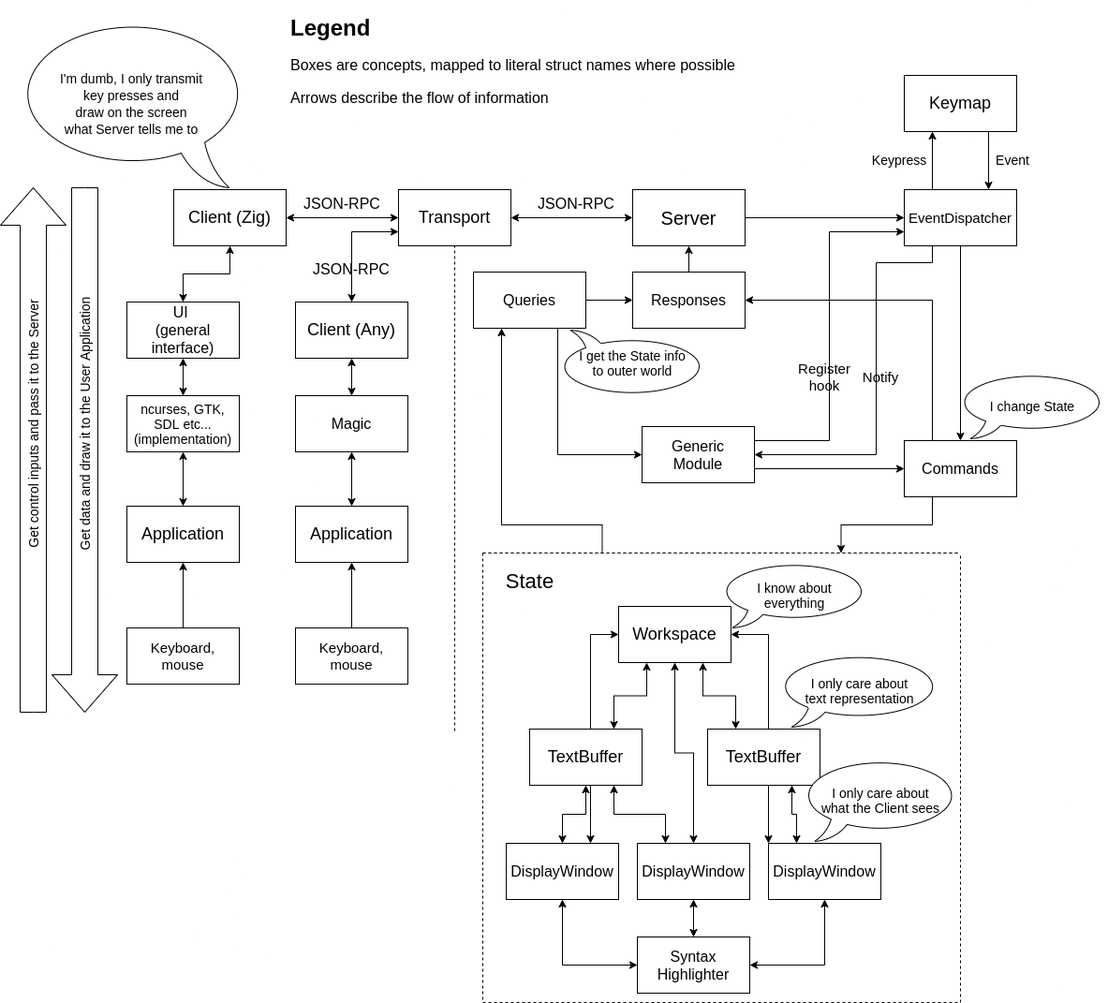
The draw.io diagram docs/architecture.png in greenfork/kisa, before a commit. Source tidied: cells renumbered, new cells last; positions are measured from the earlier drawing's top-left corner, leaving out a move shared by most shapes.
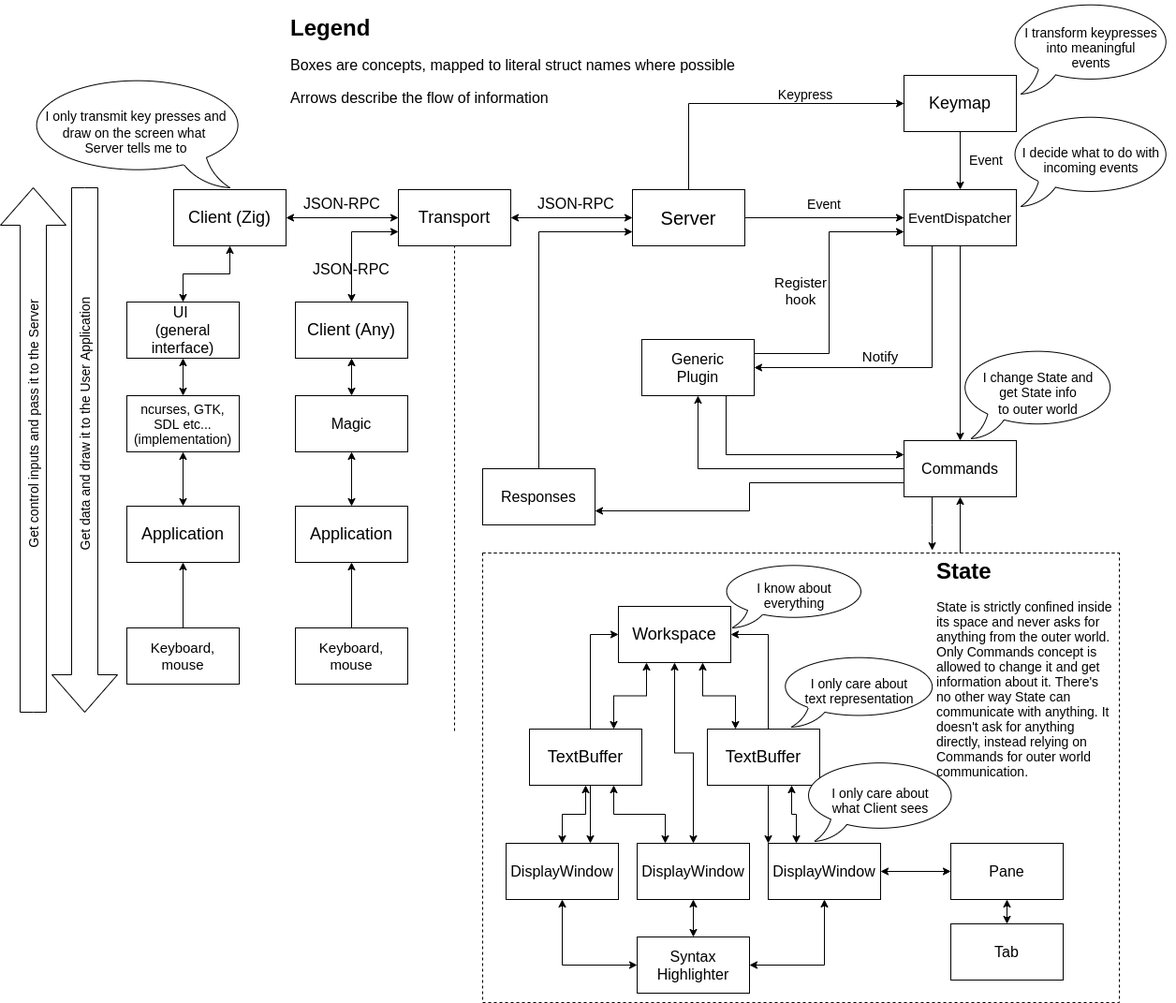
Later version of the same file.

Change to the diagram source:
```diff
@@ -37,6 +37,9 @@
     <mxCell id="12" style="edgeStyle=orthogonalEdgeStyle;rounded=0;jettySize=auto;html=1;exitX=1;exitY=0.5;exitDx=0;exitDy=0;entryX=0;entryY=0.5;entryDx=0;entryDy=0;startArrow=none;startFill=0;endArrow=classic;endFill=1;strokeColor=#000000;" parent="1" edge="1" source="13" target="27">
       <mxGeometry relative="1" as="geometry" />
     </mxCell>
+    <mxCell id="81" style="edgeStyle=orthogonalEdgeStyle;rounded=0;jettySize=auto;html=1;exitX=0.5;exitY=0;exitDx=0;exitDy=0;entryX=0;entryY=0.5;entryDx=0;entryDy=0;" parent="1" edge="1" source="13" target="74">
+      <mxGeometry relative="1" as="geometry" />
+    </mxCell>
     <mxCell id="13" value="&lt;font style=&quot;font-size: 20px&quot;&gt;Server&lt;/font&gt;" style="rounded=0;whiteSpace=wrap;html=1;" parent="1" vertex="1">
       <mxGeometry x="790" y="192" width="120" height="60" as="geometry" />
     </mxCell>
@@ -70,33 +73,27 @@
     <mxCell id="23" value="&lt;h1&gt;Legend&lt;/h1&gt;&lt;p style=&quot;font-size: 16px&quot;&gt;&lt;font style=&quot;font-size: 16px&quot;&gt;Boxes are concepts, mapped to literal struct names where possible&lt;/font&gt;&lt;/p&gt;&lt;p style=&quot;font-size: 16px&quot;&gt;&lt;font style=&quot;font-size: 16px&quot;&gt;Arrows describe the flow of information&lt;/font&gt;&lt;/p&gt;" style="text;html=1;strokeColor=none;fillColor=none;spacing=5;spacingTop=-20;whiteSpace=wrap;overflow=hidden;rounded=0;" parent="1" vertex="1">
       <mxGeometry x="420" width="490" height="150" as="geometry" />
     </mxCell>
-    <mxCell id="24" style="edgeStyle=orthogonalEdgeStyle;rounded=0;jettySize=auto;html=1;exitX=0.25;exitY=0;exitDx=0;exitDy=0;entryX=0.25;entryY=1;entryDx=0;entryDy=0;startArrow=none;startFill=0;" parent="1" edge="1" source="27" target="74">
-      <mxGeometry relative="1" as="geometry" />
-    </mxCell>
     <mxCell id="25" style="edgeStyle=orthogonalEdgeStyle;rounded=0;jettySize=auto;html=1;exitX=0.5;exitY=1;exitDx=0;exitDy=0;entryX=0.5;entryY=0;entryDx=0;entryDy=0;startArrow=none;startFill=0;" parent="1" edge="1" source="27" target="31">
       <mxGeometry relative="1" as="geometry" />
     </mxCell>
-    <mxCell id="26" style="edgeStyle=orthogonalEdgeStyle;rounded=0;jettySize=auto;html=1;exitX=0.25;exitY=1;exitDx=0;exitDy=0;entryX=1;entryY=0.5;entryDx=0;entryDy=0;startArrow=none;startFill=0;" parent="1" edge="1" source="27" target="42">
-      <mxGeometry relative="1" as="geometry">
-        <Array as="points">
-          <mxPoint x="1110" y="270" />
-          <mxPoint x="1050" y="270" />
-          <mxPoint x="1050" y="475" />
-        </Array>
-      </mxGeometry>
+    <mxCell id="26" style="edgeStyle=orthogonalEdgeStyle;rounded=0;jettySize=auto;html=1;exitX=0.25;exitY=1;exitDx=0;exitDy=0;entryX=1;entryY=0.5;entryDx=0;entryDy=0;" parent="1" edge="1" source="27" target="42">
+      <mxGeometry relative="1" as="geometry" />
     </mxCell>
     <mxCell id="27" value="&lt;font style=&quot;font-size: 15px&quot;&gt;EventDispatcher&lt;/font&gt;" style="rounded=0;whiteSpace=wrap;html=1;" parent="1" vertex="1">
       <mxGeometry x="1080" y="192" width="120" height="60" as="geometry" />
     </mxCell>
-    <mxCell id="28" value="&lt;span style=&quot;font-size: 14px&quot;&gt;I'm dumb, I only transmit&lt;/span&gt;&lt;br style=&quot;font-size: 14px&quot;&gt;&lt;span style=&quot;font-size: 14px&quot;&gt;key presses and&lt;/span&gt;&lt;br style=&quot;font-size: 14px&quot;&gt;&lt;span style=&quot;font-size: 14px&quot;&gt;draw on the screen&lt;/span&gt;&lt;br style=&quot;font-size: 14px&quot;&gt;&lt;span style=&quot;font-size: 14px&quot;&gt;what Server tells me to&lt;/span&gt;" style="whiteSpace=wrap;html=1;shape=mxgraph.basic.oval_callout;rounded=0;direction=east;flipH=1;" parent="1" vertex="1">
-      <mxGeometry x="130" y="10" width="250" height="180" as="geometry" />
+    <mxCell id="28" value="&lt;span style=&quot;font-size: 14px&quot;&gt;I only transmit&amp;nbsp;&lt;/span&gt;&lt;span style=&quot;font-size: 14px&quot;&gt;key presses and&lt;/span&gt;&lt;br style=&quot;font-size: 14px&quot;&gt;&lt;span style=&quot;font-size: 14px&quot;&gt;draw on the screen&amp;nbsp;&lt;/span&gt;&lt;span style=&quot;font-size: 14px&quot;&gt;what &lt;br&gt;Server tells me to&lt;/span&gt;" style="whiteSpace=wrap;html=1;shape=mxgraph.basic.oval_callout;rounded=0;direction=east;flipH=1;" parent="1" vertex="1">
+      <mxGeometry x="140" y="70" width="240" height="120" as="geometry" />
     </mxCell>
-    <mxCell id="29" style="edgeStyle=orthogonalEdgeStyle;rounded=0;jettySize=auto;html=1;exitX=0.25;exitY=1;exitDx=0;exitDy=0;entryX=0.75;entryY=0;entryDx=0;entryDy=0;startArrow=none;startFill=0;" parent="1" edge="1" source="31" target="47">
+    <mxCell id="29" style="edgeStyle=orthogonalEdgeStyle;rounded=0;jettySize=auto;html=1;exitX=0.25;exitY=1;exitDx=0;exitDy=0;entryX=0.706;entryY=-0.006;entryDx=0;entryDy=0;entryPerimeter=0;" parent="1" edge="1" source="31" target="47">
       <mxGeometry relative="1" as="geometry" />
     </mxCell>
-    <mxCell id="30" style="edgeStyle=orthogonalEdgeStyle;rounded=0;jettySize=auto;html=1;exitX=0.25;exitY=0;exitDx=0;exitDy=0;entryX=1;entryY=0.5;entryDx=0;entryDy=0;startArrow=none;startFill=0;" parent="1" edge="1" source="31" target="45">
+    <mxCell id="30" style="edgeStyle=orthogonalEdgeStyle;rounded=0;jettySize=auto;html=1;exitX=0;exitY=0.75;exitDx=0;exitDy=0;entryX=1;entryY=0.75;entryDx=0;entryDy=0;" parent="1" edge="1" source="31" target="45">
       <mxGeometry relative="1" as="geometry" />
     </mxCell>
+    <mxCell id="82" style="edgeStyle=orthogonalEdgeStyle;rounded=0;jettySize=auto;html=1;exitX=0;exitY=0.5;exitDx=0;exitDy=0;entryX=0.5;entryY=1;entryDx=0;entryDy=0;" parent="1" edge="1" source="31" target="42">
+      <mxGeometry relative="1" as="geometry" />
+    </mxCell>
     <mxCell id="31" value="&lt;font style=&quot;font-size: 16px&quot;&gt;Commands&lt;/font&gt;" style="rounded=0;whiteSpace=wrap;html=1;" parent="1" vertex="1">
       <mxGeometry x="1080" y="460" width="120" height="60" as="geometry" />
     </mxCell>
@@ -124,34 +121,29 @@
     <mxCell id="39" value="&lt;font style=&quot;font-size: 14px&quot;&gt;Get control inputs and pass it to the Server&lt;br&gt;&lt;/font&gt;" style="text;html=1;strokeColor=none;fillColor=none;align=center;verticalAlign=middle;whiteSpace=wrap;rounded=0;rotation=270;" parent="1" vertex="1">
       <mxGeometry y="422" width="300" height="40" as="geometry" />
     </mxCell>
+    <mxCell id="41" style="edgeStyle=orthogonalEdgeStyle;rounded=0;jettySize=auto;html=1;exitX=1;exitY=0.25;exitDx=0;exitDy=0;entryX=0;entryY=0.75;entryDx=0;entryDy=0;startArrow=none;startFill=0;" parent="1" edge="1" source="42" target="27">
+      <mxGeometry relative="1" as="geometry" />
+    </mxCell>
-    <mxCell id="40" style="edgeStyle=orthogonalEdgeStyle;rounded=0;jettySize=auto;html=1;exitX=1;exitY=0.75;exitDx=0;exitDy=0;entryX=0;entryY=0.5;entryDx=0;entryDy=0;startArrow=none;startFill=0;" parent="1" edge="1" source="42" target="31">
+    <mxCell id="40" style="edgeStyle=orthogonalEdgeStyle;rounded=0;jettySize=auto;html=1;exitX=0.75;exitY=1;exitDx=0;exitDy=0;entryX=0;entryY=0.25;entryDx=0;entryDy=0;" parent="1" edge="1" source="42" target="31">
       <mxGeometry relative="1" as="geometry" />
     </mxCell>
-    <mxCell id="41" style="edgeStyle=orthogonalEdgeStyle;rounded=0;jettySize=auto;html=1;exitX=1;exitY=0.25;exitDx=0;exitDy=0;entryX=0;entryY=0.75;entryDx=0;entryDy=0;startArrow=none;startFill=0;" parent="1" edge="1" source="42" target="27">
-      <mxGeometry relative="1" as="geometry" />
-    </mxCell>
-    <mxCell id="42" value="&lt;font style=&quot;font-size: 16px&quot;&gt;Generic&lt;br&gt;Module&lt;br&gt;&lt;/font&gt;" style="rounded=0;whiteSpace=wrap;html=1;" parent="1" vertex="1">
-      <mxGeometry x="800" y="445" width="120" height="60" as="geometry" />
+    <mxCell id="42" value="&lt;font style=&quot;font-size: 16px&quot;&gt;Generic&lt;br&gt;Plugin&lt;br&gt;&lt;/font&gt;" style="rounded=0;whiteSpace=wrap;html=1;" parent="1" vertex="1">
+      <mxGeometry x="800" y="352" width="120" height="60" as="geometry" />
     </mxCell>
     <mxCell id="43" value="&lt;font style=&quot;font-size: 16px&quot;&gt;JSON-RPC&lt;/font&gt;" style="text;html=1;strokeColor=none;fillColor=none;align=center;verticalAlign=middle;whiteSpace=wrap;rounded=0;" parent="1" vertex="1">
       <mxGeometry x="440" y="262" width="100" height="30" as="geometry" />
     </mxCell>
-    <mxCell id="44" style="edgeStyle=orthogonalEdgeStyle;rounded=0;jettySize=auto;html=1;exitX=0.5;exitY=0;exitDx=0;exitDy=0;entryX=0.5;entryY=1;entryDx=0;entryDy=0;startArrow=none;startFill=0;" parent="1" edge="1" source="45" target="13">
+    <mxCell id="44" style="edgeStyle=orthogonalEdgeStyle;rounded=0;jettySize=auto;html=1;exitX=0.5;exitY=0;exitDx=0;exitDy=0;entryX=0;entryY=0.75;entryDx=0;entryDy=0;" parent="1" edge="1" source="45" target="13">
       <mxGeometry relative="1" as="geometry" />
     </mxCell>
     <mxCell id="45" value="&lt;font style=&quot;font-size: 16px&quot;&gt;Responses&lt;/font&gt;" style="rounded=0;whiteSpace=wrap;html=1;shadow=0;sketch=0;" parent="1" vertex="1">
-      <mxGeometry x="790" y="280" width="120" height="60" as="geometry" />
+      <mxGeometry x="630" y="490" width="120" height="60" as="geometry" />
     </mxCell>
-    <mxCell id="46" style="edgeStyle=orthogonalEdgeStyle;rounded=0;jettySize=auto;html=1;exitX=0.25;exitY=0;exitDx=0;exitDy=0;entryX=0.25;entryY=1;entryDx=0;entryDy=0;startArrow=none;startFill=0;" parent="1" edge="1" source="47" target="72">
-      <mxGeometry relative="1" as="geometry">
-        <Array as="points">
-          <mxPoint x="758" y="550" />
-          <mxPoint x="650" y="550" />
-        </Array>
-      </mxGeometry>
-    </mxCell>
+    <mxCell id="83" style="edgeStyle=orthogonalEdgeStyle;rounded=0;jettySize=auto;html=1;exitX=0.75;exitY=0;exitDx=0;exitDy=0;entryX=0.5;entryY=1;entryDx=0;entryDy=0;" parent="1" edge="1" source="47" target="31">
+      <mxGeometry relative="1" as="geometry" />
+    </mxCell>
     <mxCell id="47" style="swimlane;startSize=0;dashed=1;" parent="1" vertex="1">
-      <mxGeometry x="630" y="580" width="510" height="480" as="geometry" />
+      <mxGeometry x="630" y="580" width="680" height="480" as="geometry" />
     </mxCell>
     <mxCell id="48" style="edgeStyle=orthogonalEdgeStyle;rounded=0;jettySize=auto;html=1;exitX=0.5;exitY=0;exitDx=0;exitDy=0;entryX=0.5;entryY=1;entryDx=0;entryDy=0;startArrow=classic;startFill=1;" parent="47" edge="1" source="50" target="63">
       <mxGeometry relative="1" as="geometry" />
@@ -171,9 +163,6 @@
     <mxCell id="53" value="&lt;font style=&quot;font-size: 16px&quot;&gt;DisplayWindow&lt;/font&gt;" style="rounded=0;whiteSpace=wrap;html=1;" parent="47" vertex="1">
       <mxGeometry x="165" y="310" width="120" height="60" as="geometry" />
     </mxCell>
-    <mxCell id="54" value="&lt;font style=&quot;font-size: 22px&quot;&gt;State&lt;/font&gt;" style="text;html=1;align=center;verticalAlign=middle;strokeColor=none;" parent="47" vertex="1">
-      <mxGeometry x="15" y="20" width="70" height="20" as="geometry" />
-    </mxCell>
     <mxCell id="55" style="edgeStyle=orthogonalEdgeStyle;rounded=0;jettySize=auto;html=1;exitX=0.25;exitY=0;exitDx=0;exitDy=0;entryX=0.75;entryY=1;entryDx=0;entryDy=0;startArrow=classic;startFill=1;" parent="47" edge="1" source="57" target="59">
       <mxGeometry relative="1" as="geometry" />
     </mxCell>
@@ -189,7 +178,7 @@
     <mxCell id="59" value="&lt;font style=&quot;font-size: 18px&quot;&gt;TextBuffer&lt;/font&gt;" style="rounded=0;whiteSpace=wrap;html=1;" parent="47" vertex="1">
       <mxGeometry x="240" y="188" width="120" height="60" as="geometry" />
     </mxCell>
-    <mxCell id="60" value="&lt;font style=&quot;font-size: 14px&quot;&gt;I only care about&lt;br&gt;what the Client sees&lt;/font&gt;" style="whiteSpace=wrap;html=1;shape=mxgraph.basic.oval_callout;rounded=0;direction=east;flipH=0;flipV=0;" parent="47" vertex="1">
+    <mxCell id="60" value="&lt;font style=&quot;font-size: 14px&quot;&gt;I only care about&lt;br&gt;what Client sees&lt;/font&gt;" style="whiteSpace=wrap;html=1;shape=mxgraph.basic.oval_callout;rounded=0;direction=east;flipH=0;flipV=0;" parent="47" vertex="1">
       <mxGeometry x="340" y="220" width="170" height="88" as="geometry" />
     </mxCell>
     <mxCell id="61" value="&lt;font style=&quot;font-size: 14px&quot;&gt;I only care about&lt;br&gt;text representation&lt;/font&gt;" style="whiteSpace=wrap;shape=mxgraph.basic.oval_callout;rounded=0;direction=east;flipH=0;flipV=0;sketch=0;shadow=0;labelPosition=center;verticalLabelPosition=middle;align=center;verticalAlign=middle;labelBorderColor=none;html=1;" parent="47" vertex="1">
@@ -219,38 +208,50 @@
     <mxCell id="69" value="&lt;font style=&quot;font-size: 16px&quot;&gt;Syntax&lt;br&gt;Highlighter&lt;/font&gt;" style="rounded=0;whiteSpace=wrap;html=1;" parent="47" vertex="1">
       <mxGeometry x="165" y="410" width="120" height="60" as="geometry" />
     </mxCell>
-    <mxCell id="70" style="edgeStyle=orthogonalEdgeStyle;rounded=0;jettySize=auto;html=1;exitX=1;exitY=0.5;exitDx=0;exitDy=0;entryX=0;entryY=0.5;entryDx=0;entryDy=0;startArrow=none;startFill=0;" parent="1" edge="1" source="72" target="45">
-      <mxGeometry relative="1" as="geometry" />
-    </mxCell>
-    <mxCell id="71" style="edgeStyle=orthogonalEdgeStyle;rounded=0;jettySize=auto;html=1;exitX=0.75;exitY=1;exitDx=0;exitDy=0;entryX=0;entryY=0.5;entryDx=0;entryDy=0;startArrow=none;startFill=0;" parent="1" edge="1" source="72" target="42">
-      <mxGeometry relative="1" as="geometry" />
-    </mxCell>
-    <mxCell id="72" value="&lt;font style=&quot;font-size: 16px&quot;&gt;Queries&lt;/font&gt;" style="rounded=0;whiteSpace=wrap;html=1;" parent="1" vertex="1">
-      <mxGeometry x="620" y="280" width="120" height="60" as="geometry" />
-    </mxCell>
+    <mxCell id="84" value="&lt;h1&gt;State&lt;/h1&gt;&lt;p style=&quot;font-size: 14px&quot;&gt;State is strictly confined inside its space and never asks for anything from the outer world. Only Commands concept is allowed to change it and get information about it. There's no other way State can communicate with&lt;span&gt;&amp;nbsp;anything. It doesn't ask for anything directly, instead relying on Commands for outer world communication.&lt;/span&gt;&lt;/p&gt;" style="text;html=1;strokeColor=none;fillColor=none;spacing=5;spacingTop=-20;whiteSpace=wrap;overflow=hidden;rounded=0;" parent="47" vertex="1">
+      <mxGeometry x="480" width="200" height="250" as="geometry" />
+    </mxCell>
+    <mxCell id="85" style="edgeStyle=orthogonalEdgeStyle;rounded=0;jettySize=auto;html=1;exitX=0;exitY=0.5;exitDx=0;exitDy=0;entryX=1;entryY=0.5;entryDx=0;entryDy=0;startArrow=classic;startFill=1;" parent="47" edge="1" source="86" target="57">
+      <mxGeometry relative="1" as="geometry" />
+    </mxCell>
+    <mxCell id="86" value="&lt;font style=&quot;font-size: 16px&quot;&gt;Pane&lt;/font&gt;" style="rounded=0;whiteSpace=wrap;html=1;" parent="47" vertex="1">
+      <mxGeometry x="500" y="310" width="120" height="60" as="geometry" />
+    </mxCell>
+    <mxCell id="87" style="edgeStyle=orthogonalEdgeStyle;rounded=0;jettySize=auto;html=1;startArrow=classic;startFill=1;" parent="47" edge="1" source="88" target="86">
+      <mxGeometry relative="1" as="geometry" />
+    </mxCell>
+    <mxCell id="88" value="&lt;font style=&quot;font-size: 16px&quot;&gt;Tab&lt;/font&gt;" style="rounded=0;whiteSpace=wrap;html=1;" parent="47" vertex="1">
+      <mxGeometry x="500" y="396" width="120" height="60" as="geometry" />
+    </mxCell>
-    <mxCell id="73" style="edgeStyle=orthogonalEdgeStyle;rounded=0;jettySize=auto;html=1;exitX=0.75;exitY=1;exitDx=0;exitDy=0;entryX=0.75;entryY=0;entryDx=0;entryDy=0;startArrow=none;startFill=0;" parent="1" edge="1" source="74" target="27">
+    <mxCell id="73" style="edgeStyle=orthogonalEdgeStyle;rounded=0;jettySize=auto;html=1;" parent="1" edge="1" source="74" target="27">
       <mxGeometry relative="1" as="geometry" />
     </mxCell>
     <mxCell id="74" value="&lt;font style=&quot;font-size: 18px&quot;&gt;Keymap&lt;/font&gt;" style="rounded=0;whiteSpace=wrap;html=1;" parent="1" vertex="1">
       <mxGeometry x="1080" y="70" width="120" height="60" as="geometry" />
     </mxCell>
     <mxCell id="75" value="&lt;font style=&quot;font-size: 14px&quot;&gt;Keypress&lt;/font&gt;" style="text;html=1;strokeColor=none;fillColor=none;align=center;verticalAlign=middle;whiteSpace=wrap;rounded=0;" parent="1" vertex="1">
-      <mxGeometry x="1040" y="150" width="70" height="20" as="geometry" />
+      <mxGeometry x="940" y="80" width="70" height="20" as="geometry" />
     </mxCell>
     <mxCell id="76" value="&lt;font style=&quot;font-size: 14px&quot;&gt;Event&lt;/font&gt;" style="text;html=1;strokeColor=none;fillColor=none;align=center;verticalAlign=middle;whiteSpace=wrap;rounded=0;" parent="1" vertex="1">
-      <mxGeometry x="1161" y="150" width="70" height="20" as="geometry" />
+      <mxGeometry x="1142" y="150" width="52" height="20" as="geometry" />
     </mxCell>
     <mxCell id="77" value="&lt;font style=&quot;font-size: 15px&quot;&gt;Register&lt;br&gt;hook&lt;br&gt;&lt;/font&gt;" style="text;html=1;strokeColor=none;fillColor=none;align=center;verticalAlign=middle;whiteSpace=wrap;rounded=0;" parent="1" vertex="1">
-      <mxGeometry x="960" y="372" width="70" height="40" as="geometry" />
+      <mxGeometry x="935" y="280" width="70" height="40" as="geometry" />
     </mxCell>
     <mxCell id="78" value="&lt;font style=&quot;font-size: 15px&quot;&gt;Notify&lt;/font&gt;" style="text;html=1;strokeColor=none;fillColor=none;align=center;verticalAlign=middle;whiteSpace=wrap;rounded=0;" parent="1" vertex="1">
-      <mxGeometry x="1030" y="382" width="50" height="20" as="geometry" />
+      <mxGeometry x="1030" y="360" width="50" height="20" as="geometry" />
     </mxCell>
-    <mxCell id="79" value="&lt;span style=&quot;font-size: 14px&quot;&gt;I change State&lt;/span&gt;" style="whiteSpace=wrap;shape=mxgraph.basic.oval_callout;rounded=0;direction=east;flipH=0;flipV=0;sketch=0;shadow=0;labelPosition=center;verticalLabelPosition=middle;align=center;verticalAlign=middle;labelBorderColor=none;html=1;" parent="1" vertex="1">
-      <mxGeometry x="1137" y="388" width="160" height="70" as="geometry" />
+    <mxCell id="79" value="&lt;span style=&quot;font-size: 14px&quot;&gt;I change State and&lt;br&gt;&lt;/span&gt;&lt;span style=&quot;font-size: 14px&quot;&gt;get State info&lt;/span&gt;&lt;br style=&quot;font-size: 14px&quot;&gt;&lt;span style=&quot;font-size: 14px&quot;&gt;to outer world&lt;/span&gt;&lt;span style=&quot;font-size: 14px&quot;&gt;&lt;br&gt;&lt;/span&gt;" style="whiteSpace=wrap;shape=mxgraph.basic.oval_callout;rounded=0;direction=east;flipH=0;flipV=0;sketch=0;shadow=0;labelPosition=center;verticalLabelPosition=middle;align=center;verticalAlign=middle;labelBorderColor=none;html=1;" parent="1" vertex="1">
+      <mxGeometry x="1137" y="360" width="173" height="98" as="geometry" />
     </mxCell>
-    <mxCell id="80" value="&lt;span style=&quot;font-size: 14px&quot;&gt;I get the State info&lt;br&gt;to outer world&lt;br&gt;&lt;/span&gt;" style="whiteSpace=wrap;shape=mxgraph.basic.oval_callout;rounded=0;direction=east;flipH=0;flipV=1;sketch=0;shadow=0;labelPosition=center;verticalLabelPosition=middle;align=center;verticalAlign=middle;labelBorderColor=none;html=1;" parent="1" vertex="1">
-      <mxGeometry x="710" y="342" width="160" height="70" as="geometry" />
-    </mxCell>
+    <mxCell id="89" value="&lt;font style=&quot;font-size: 14px&quot;&gt;Event&lt;/font&gt;" style="text;html=1;strokeColor=none;fillColor=none;align=center;verticalAlign=middle;whiteSpace=wrap;rounded=0;" parent="1" vertex="1">
+      <mxGeometry x="960" y="197" width="70" height="20" as="geometry" />
+    </mxCell>
+    <mxCell id="90" value="&lt;span style=&quot;font-size: 14px&quot;&gt;I transform keypresses&lt;br&gt;into meaningful&lt;br&gt;events&lt;br&gt;&lt;/span&gt;" style="whiteSpace=wrap;shape=mxgraph.basic.oval_callout;rounded=0;direction=east;flipH=0;flipV=0;sketch=0;shadow=0;labelPosition=center;verticalLabelPosition=middle;align=center;verticalAlign=middle;labelBorderColor=none;html=1;" parent="1" vertex="1">
+      <mxGeometry x="1190" y="-10" width="180" height="100" as="geometry" />
+    </mxCell>
+    <mxCell id="91" value="&lt;span style=&quot;font-size: 14px&quot;&gt;I decide what to do with&lt;br&gt;incoming events&lt;br&gt;&lt;/span&gt;" style="whiteSpace=wrap;shape=mxgraph.basic.oval_callout;rounded=0;direction=east;flipH=0;flipV=0;sketch=0;shadow=0;labelPosition=center;verticalLabelPosition=middle;align=center;verticalAlign=middle;labelBorderColor=none;html=1;" parent="1" vertex="1">
+      <mxGeometry x="1190" y="110" width="180" height="100" as="geometry" />
+    </mxCell>
   </root>
 </mxGraphModel>
```
